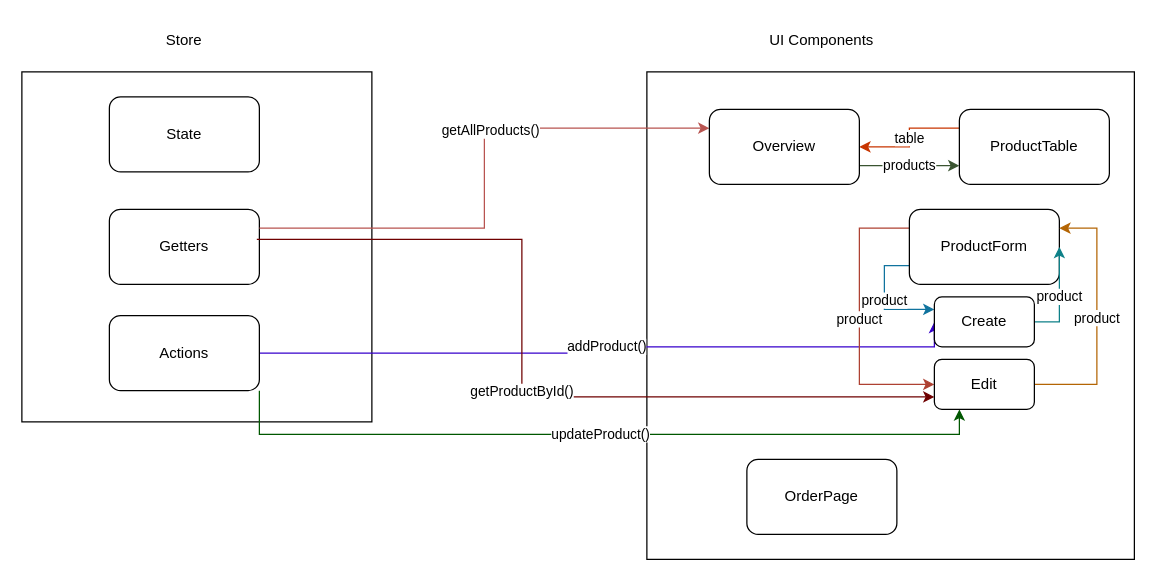
Earlier version of the draw.io diagram Diagram zonder titel.drawio (ALSijsling/InventorySystem-Vue3). Source tidied: cells renumbered, new cells numbered last; positions are measured from the earlier drawing's top-left corner, leaving out a move shared by most shapes. Both pictures are drawn from the tidied source at 125%, with x=0, y=0 at pixel (21, 21).
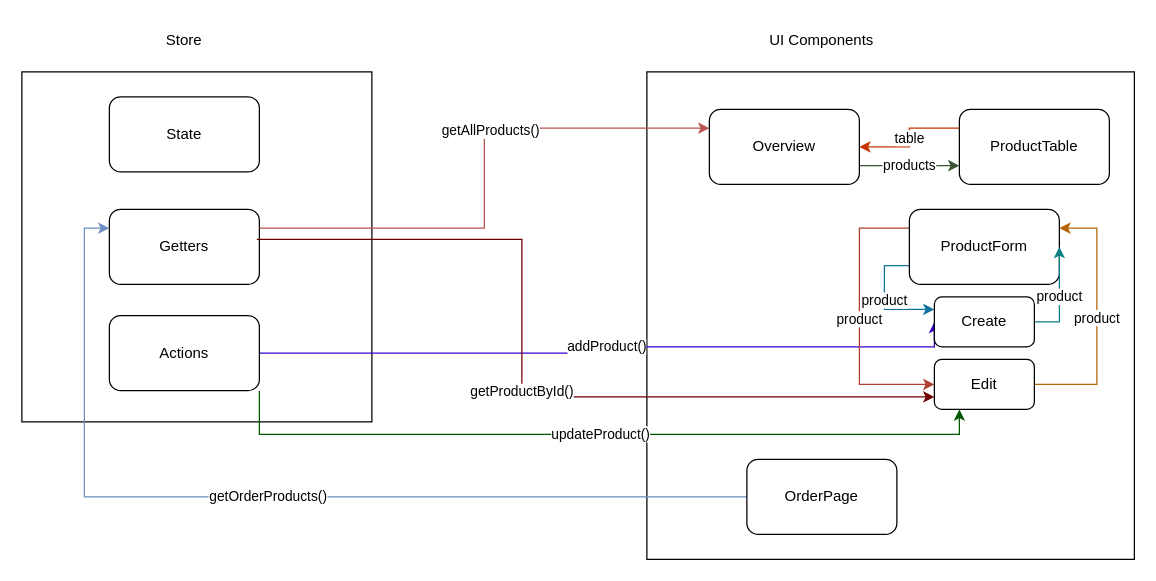
Above is the later version.

Unchanged cells that the change refers to:
```xml
<mxCell id="6" value="Getters" style="rounded=1;whiteSpace=wrap;html=1;" parent="1" vertex="1">
  <mxGeometry x="70" y="150" width="120" height="60" as="geometry" />
</mxCell>
<mxCell id="19" value="OrderPage" style="rounded=1;whiteSpace=wrap;html=1;" parent="1" vertex="1">
  <mxGeometry x="580" y="350" width="120" height="60" as="geometry" />
</mxCell>
```

What changed in the source:
```diff
@@
+    <mxCell id="26" value="getOrderProducts()" style="edgeStyle=orthogonalEdgeStyle;rounded=0;jettySize=auto;html=1;exitX=0;exitY=0.5;exitDx=0;exitDy=0;entryX=0;entryY=0.25;entryDx=0;entryDy=0;fillColor=#dae8fc;strokeColor=#6c8ebf;" parent="1" edge="1" source="19" target="6">
+      <mxGeometry relative="1" as="geometry" />
+    </mxCell>
```
